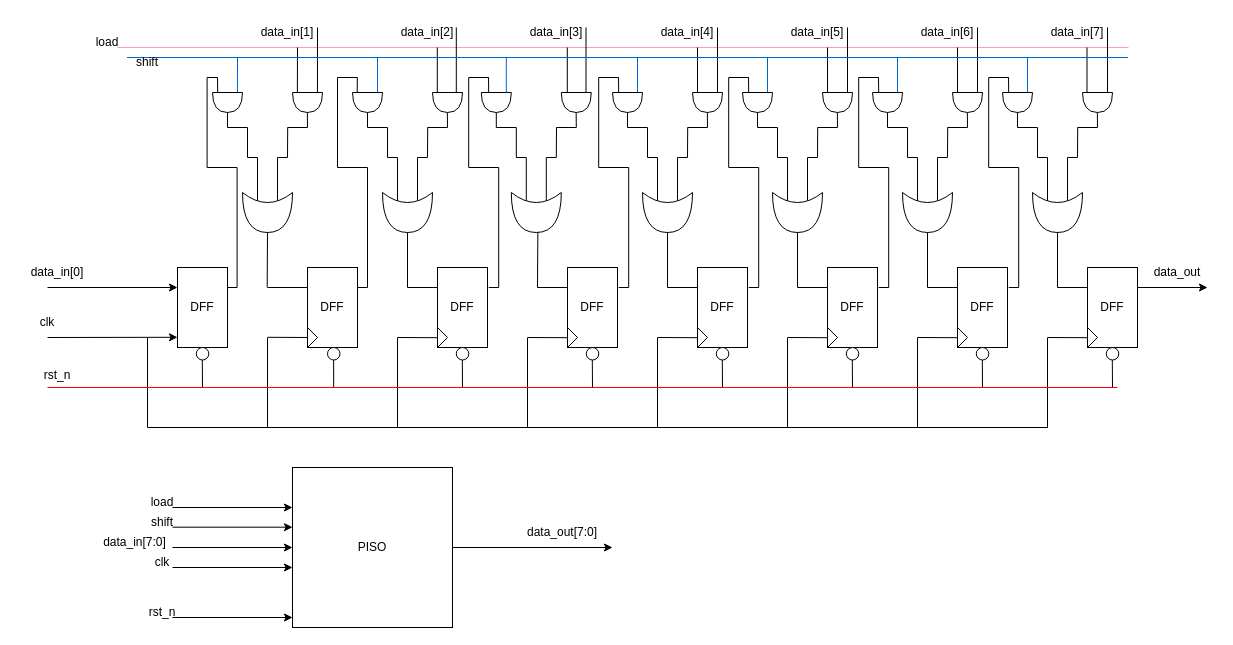
Before: page "PISO" (3 of 4) of NVM.drawio in 106210049/NVM-reader, a draw.io diagram. Source tidied: cells renumbered, new cells numbered last; positions are measured from the earlier drawing's top-left corner, leaving out a move shared by most shapes. Both pictures are drawn from the tidied source at 100%, with x=0, y=0 at pixel (17, 17).
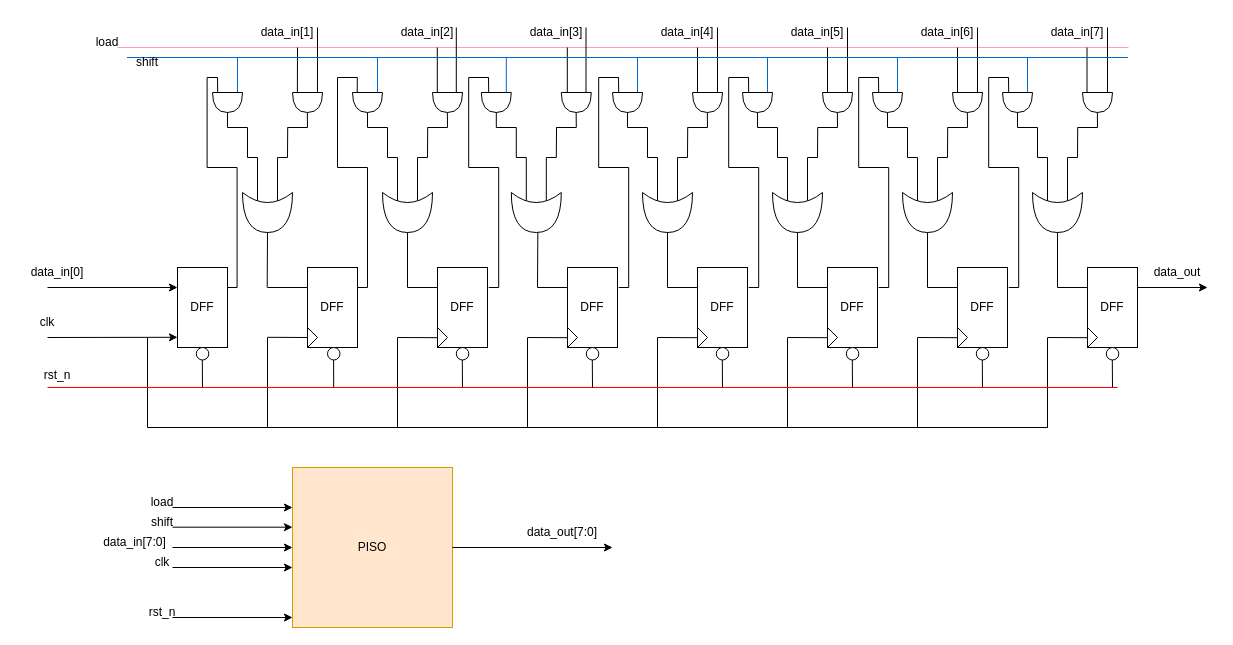
The same page after the edit.

Diff of the diagram source:
```diff
@@
-    <mxCell id="236" value="PISO" style="rounded=0;whiteSpace=wrap;html=1;" parent="1" vertex="1">
+    <mxCell id="236" value="PISO" style="rounded=0;whiteSpace=wrap;html=1;fillColor=#ffe6cc;strokeColor=#d79b00;" parent="1" vertex="1">
       <mxGeometry x="275" y="450" width="160" height="160" as="geometry" />
     </mxCell>
```
